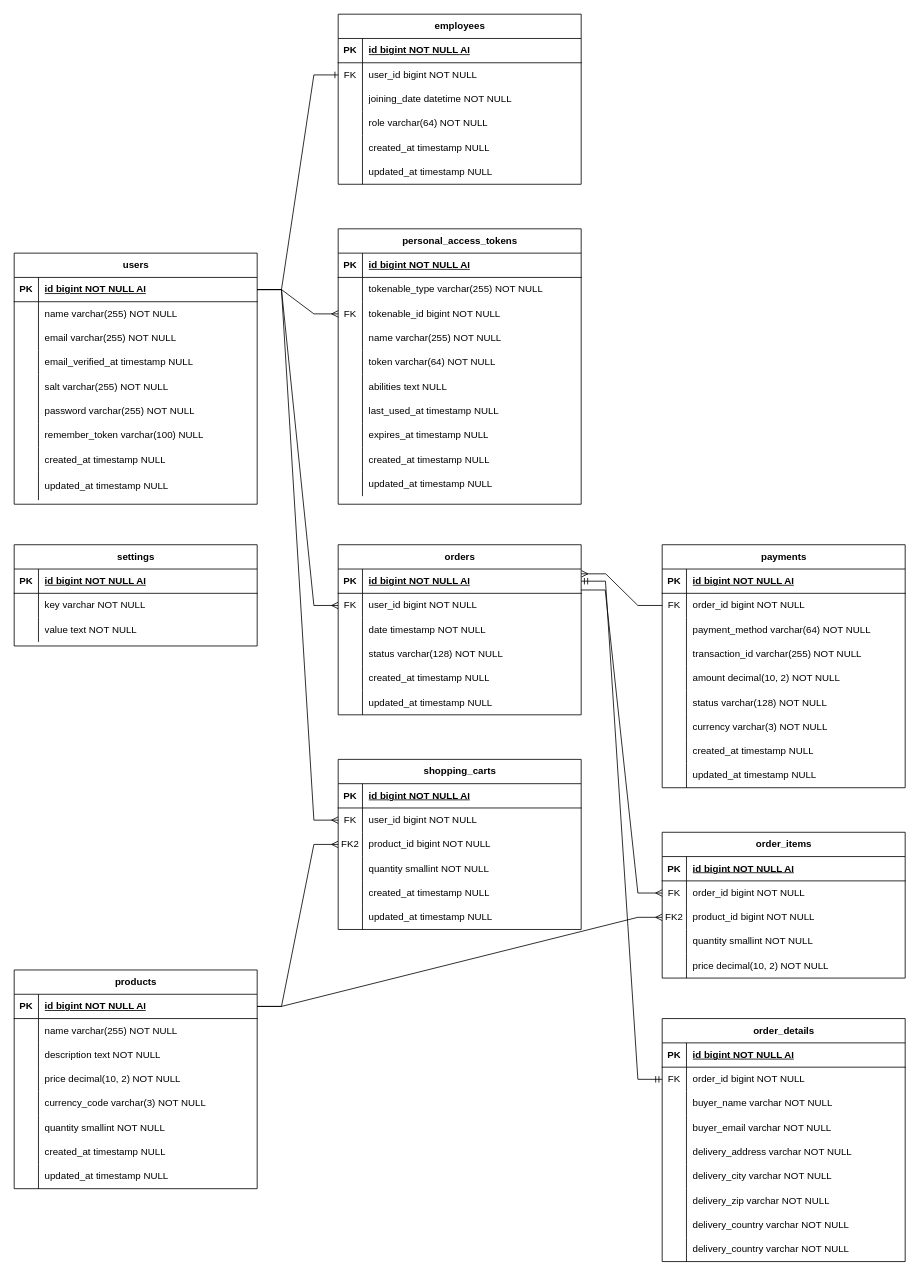
The draw.io diagram docs/erd.drawio in MASSHUU12/ropuch-store, before the edit. Source tidied: cells renumbered, new cells numbered last; positions are measured from the earlier drawing's top-left corner, leaving out a move shared by most shapes. Both pictures are drawn from the tidied source at 81%, with x=0, y=0 at pixel (14, 14).
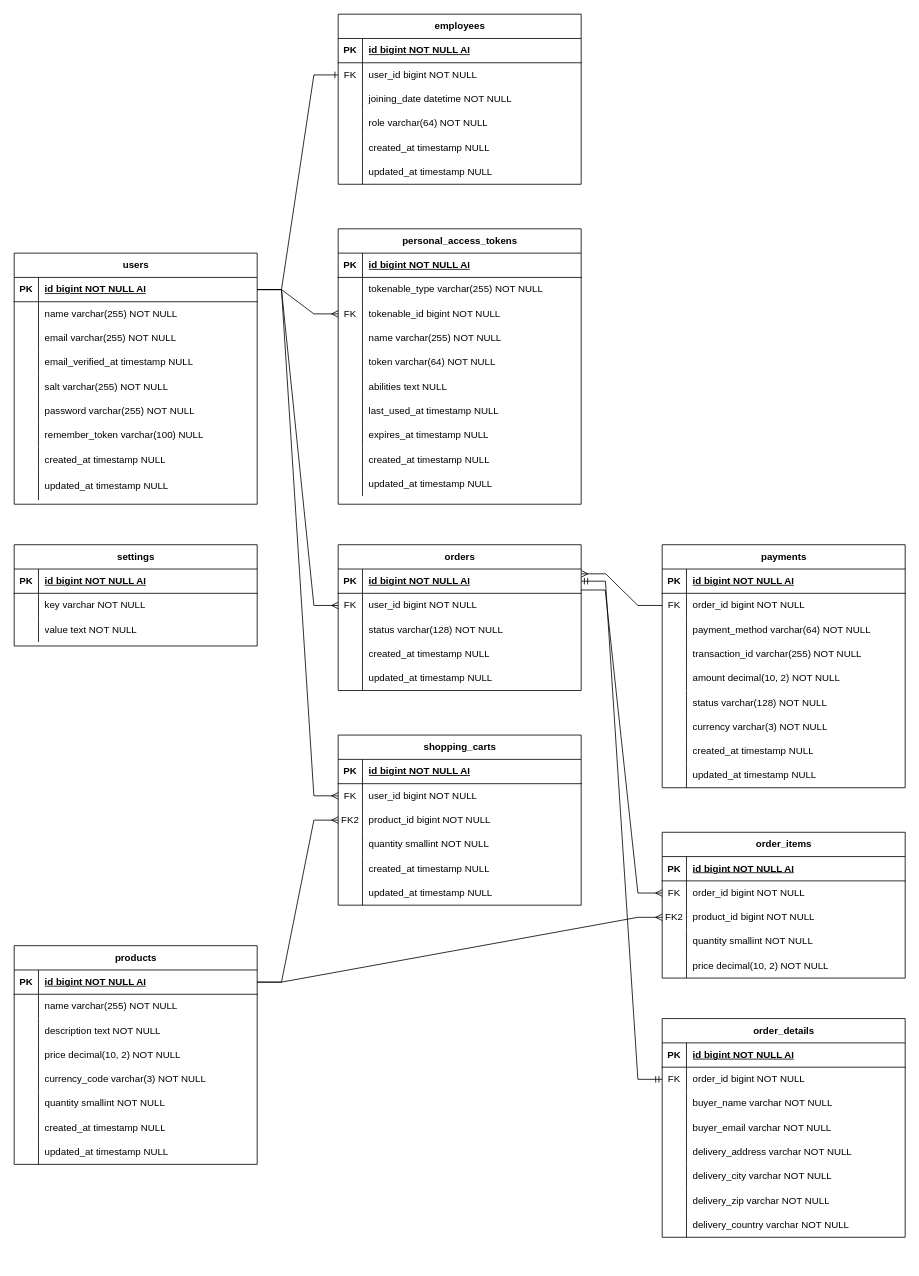
After the change.

Commit message (it also covers changes not shown here):
chore: update database schema

What changed in the source:
```diff
@@
     <mxCell id="62" value="products" style="shape=table;startSize=30;childLayout=tableLayout;rowLines=0;fontStyle=1;align=center;html=1;comic=0;enumerate=0;fixDash=0;" parent="1" vertex="1">
-      <mxGeometry y="1180" width="300" height="270" as="geometry" />
+      <mxGeometry y="1150" width="300" height="270" as="geometry" />
     </mxCell>
@@
     <mxCell id="87" value="orders" style="shape=table;startSize=30;childLayout=tableLayout;rowLines=0;fontStyle=1;align=center;html=1;" parent="1" vertex="1">
-      <mxGeometry x="400" y="655" width="300" height="210" as="geometry" />
+      <mxGeometry x="400" y="655" width="300" height="180" as="geometry" />
     </mxCell>
@@
-    <mxCell id="94" style="shape=tableRow;horizontal=0;startSize=0;swimlaneHead=0;swimlaneBody=0;fillColor=none;top=0;left=0;right=0;bottom=0;" parent="87" vertex="1">
-      <mxGeometry y="90" width="300" height="30" as="geometry" />
-    </mxCell>
-    <mxCell id="95" style="shape=partialRectangle;fillColor=none;top=0;left=0;bottom=0;right=0;overflow=hidden;whiteSpace=wrap;html=1;" parent="94" vertex="1">
-      <mxGeometry width="30" height="30" as="geometry" />
-    </mxCell>
-    <mxCell id="96" value="date timestamp NOT NULL" style="shape=partialRectangle;fillColor=none;top=0;left=0;bottom=0;right=0;align=left;spacingLeft=6;overflow=hidden;whiteSpace=wrap;html=1;" parent="94" vertex="1">
-      <mxGeometry x="30" width="270" height="30" as="geometry" />
-    </mxCell>
     <mxCell id="97" style="shape=tableRow;horizontal=0;startSize=0;swimlaneHead=0;swimlaneBody=0;fillColor=none;top=0;left=0;right=0;bottom=0;" parent="87" vertex="1">
-      <mxGeometry y="120" width="300" height="30" as="geometry" />
+      <mxGeometry y="90" width="300" height="30" as="geometry" />
     </mxCell>
@@
     <mxCell id="100" style="shape=tableRow;horizontal=0;startSize=0;swimlaneHead=0;swimlaneBody=0;fillColor=none;top=0;left=0;right=0;bottom=0;" parent="87" vertex="1">
-      <mxGeometry y="150" width="300" height="30" as="geometry" />
+      <mxGeometry y="120" width="300" height="30" as="geometry" />
     </mxCell>
@@
     <mxCell id="103" style="shape=tableRow;horizontal=0;startSize=0;swimlaneHead=0;swimlaneBody=0;fillColor=none;top=0;left=0;right=0;bottom=0;" parent="87" vertex="1">
-      <mxGeometry y="180" width="300" height="30" as="geometry" />
+      <mxGeometry y="150" width="300" height="30" as="geometry" />
     </mxCell>
@@
     <mxCell id="145" value="shopping_carts" style="shape=table;startSize=30;childLayout=tableLayout;rowLines=0;fontStyle=1;align=center;html=1;" parent="1" vertex="1">
-      <mxGeometry x="400" y="920" width="300" height="210" as="geometry" />
+      <mxGeometry x="400" y="890" width="300" height="210" as="geometry" />
     </mxCell>
@@
     <mxCell id="205" value="order_details" style="shape=table;startSize=30;childLayout=tableLayout;rowLines=0;fontStyle=1;align=center;html=1;" parent="1" vertex="1">
-      <mxGeometry x="800" y="1240" width="300" height="300" as="geometry" />
+      <mxGeometry x="800" y="1240" width="300" height="270" as="geometry" />
     </mxCell>
@@
-    <mxCell id="230" style="shape=tableRow;horizontal=0;startSize=0;swimlaneHead=0;swimlaneBody=0;fillColor=none;top=0;left=0;right=0;bottom=0;" parent="205" vertex="1">
-      <mxGeometry y="270" width="300" height="30" as="geometry" />
-    </mxCell>
-    <mxCell id="231" style="shape=partialRectangle;fillColor=none;top=0;left=0;bottom=0;right=0;overflow=hidden;whiteSpace=wrap;html=1;" parent="230" vertex="1">
-      <mxGeometry width="30" height="30" as="geometry" />
-    </mxCell>
-    <mxCell id="232" value="delivery_country varchar NOT NULL" style="shape=partialRectangle;fillColor=none;top=0;left=0;bottom=0;right=0;align=left;spacingLeft=6;overflow=hidden;whiteSpace=wrap;html=1;" parent="230" vertex="1">
-      <mxGeometry x="30" width="270" height="30" as="geometry" />
-    </mxCell>
```
